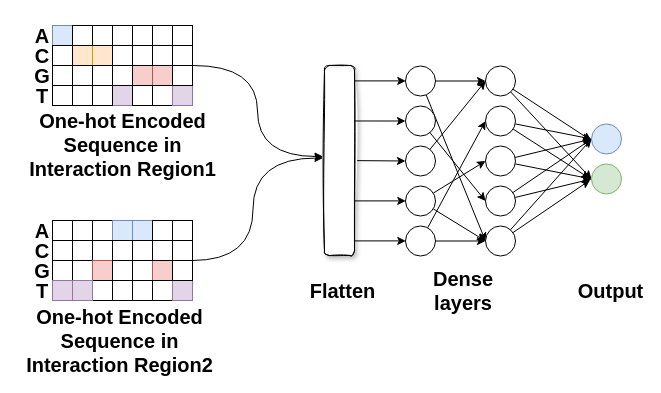
NaiveTom/draw.io keeps this draw.io diagram as onehot_dense.drawio. Above is the earlier version. Source tidied: cells renumbered, new cells numbered last; positions are measured from the earlier drawing's top-left corner, leaving out a move shared by most shapes. Both pictures are drawn from the tidied source at 100%, with x=0, y=0 at pixel (17, 25).
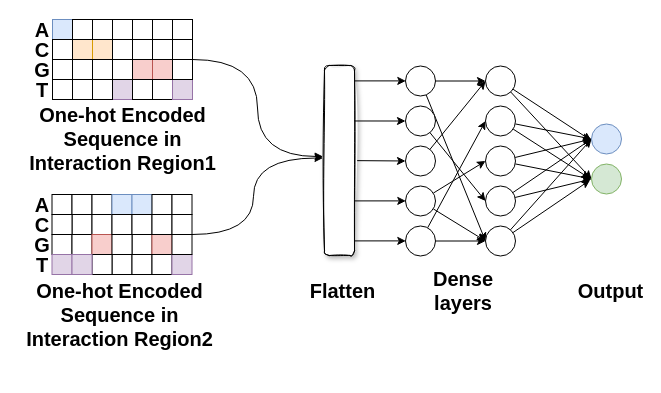
Above is the later version.

What changed in the source:
```diff
@@
     <mxCell id="2" value="G" style="text;html=1;strokeColor=none;fillColor=none;align=center;verticalAlign=middle;whiteSpace=wrap;rounded=0;fontStyle=1;fontSize=20;" parent="1" vertex="1">
-      <mxGeometry x="5" y="40" width="40" height="20" as="geometry" />
+      <mxGeometry x="5" y="34" width="40" height="20" as="geometry" />
     </mxCell>
     <mxCell id="3" value="T" style="text;html=1;strokeColor=none;fillColor=none;align=center;verticalAlign=middle;whiteSpace=wrap;rounded=0;fontStyle=1;fontSize=20;" parent="1" vertex="1">
-      <mxGeometry x="5" y="60" width="40" height="20" as="geometry" />
+      <mxGeometry x="5" y="54" width="40" height="20" as="geometry" />
     </mxCell>
     <mxCell id="4" value="&lt;div style=&quot;font-size: 20px;&quot;&gt;A&lt;/div&gt;" style="text;html=1;strokeColor=none;fillColor=none;align=center;verticalAlign=middle;whiteSpace=wrap;rounded=0;fontStyle=1;fontSize=20;" parent="1" vertex="1">
-      <mxGeometry x="5" width="40" height="20" as="geometry" />
+      <mxGeometry x="5" y="-6" width="40" height="20" as="geometry" />
     </mxCell>
     <mxCell id="5" value="C" style="text;html=1;strokeColor=none;fillColor=none;align=center;verticalAlign=middle;whiteSpace=wrap;rounded=0;fontStyle=1;fontSize=20;" parent="1" vertex="1">
-      <mxGeometry x="5" y="20" width="40" height="20" as="geometry" />
+      <mxGeometry x="5" y="14" width="40" height="20" as="geometry" />
     </mxCell>
     <mxCell id="6" style="whiteSpace=wrap;html=1;fillColor=#dae8fc;strokeColor=#6c8ebf;fontStyle=1;fontSize=20;" parent="1" vertex="1">
-      <mxGeometry x="35" width="20" height="20" as="geometry" />
+      <mxGeometry x="35" y="-6" width="20" height="20" as="geometry" />
     </mxCell>
     <mxCell id="7" style="whiteSpace=wrap;html=1;fontStyle=1;fontSize=20;" parent="1" vertex="1">
-      <mxGeometry x="55" y="20" width="20" height="20" as="geometry" />
+      <mxGeometry x="55" y="14" width="20" height="20" as="geometry" />
     </mxCell>
     <mxCell id="8" style="whiteSpace=wrap;html=1;fillColor=#ffe6cc;strokeColor=#d79b00;fontStyle=1;fontSize=20;" parent="1" vertex="1">
-      <mxGeometry x="55" y="20" width="20" height="20" as="geometry" />
+      <mxGeometry x="55" y="14" width="20" height="20" as="geometry" />
     </mxCell>
     <mxCell id="9" style="whiteSpace=wrap;html=1;fillColor=#ffe6cc;strokeColor=#d79b00;fontStyle=1;fontSize=20;" parent="1" vertex="1">
-      <mxGeometry x="75" y="20" width="20" height="20" as="geometry" />
+      <mxGeometry x="75" y="14" width="20" height="20" as="geometry" />
     </mxCell>
     <mxCell id="10" style="whiteSpace=wrap;html=1;fillColor=#e1d5e7;strokeColor=#9673a6;fontStyle=1;fontSize=20;" parent="1" vertex="1">
-      <mxGeometry x="95" y="60" width="20" height="20" as="geometry" />
+      <mxGeometry x="95" y="54" width="20" height="20" as="geometry" />
     </mxCell>
     <mxCell id="11" style="whiteSpace=wrap;html=1;fillColor=#f8cecc;strokeColor=#b85450;fontStyle=1;fontSize=20;" parent="1" vertex="1">
-      <mxGeometry x="115" y="40" width="20" height="20" as="geometry" />
+      <mxGeometry x="115" y="34" width="20" height="20" as="geometry" />
     </mxCell>
     <mxCell id="12" style="whiteSpace=wrap;html=1;fillColor=#f8cecc;strokeColor=#b85450;fontStyle=1;fontSize=20;" parent="1" vertex="1">
-      <mxGeometry x="135" y="40" width="20" height="20" as="geometry" />
+      <mxGeometry x="135" y="34" width="20" height="20" as="geometry" />
     </mxCell>
     <mxCell id="13" style="rounded=0;whiteSpace=wrap;html=1;fontStyle=1;fontSize=20;" parent="1" vertex="1">
-      <mxGeometry x="35" y="20" width="20" height="20" as="geometry" />
+      <mxGeometry x="35" y="14" width="20" height="20" as="geometry" />
     </mxCell>
     <mxCell id="14" style="rounded=0;whiteSpace=wrap;html=1;fontStyle=1;fontSize=20;" parent="1" vertex="1">
-      <mxGeometry x="35" y="40" width="20" height="20" as="geometry" />
+      <mxGeometry x="35" y="34" width="20" height="20" as="geometry" />
     </mxCell>
     <mxCell id="15" style="rounded=0;whiteSpace=wrap;html=1;fontStyle=1;fontSize=20;" parent="1" vertex="1">
-      <mxGeometry x="55" y="40" width="20" height="20" as="geometry" />
+      <mxGeometry x="55" y="34" width="20" height="20" as="geometry" />
     </mxCell>
     <mxCell id="16" style="rounded=0;whiteSpace=wrap;html=1;fontStyle=1;fontSize=20;" parent="1" vertex="1">
-      <mxGeometry x="75" y="40" width="20" height="20" as="geometry" />
+      <mxGeometry x="75" y="34" width="20" height="20" as="geometry" />
     </mxCell>
     <mxCell id="17" style="rounded=0;whiteSpace=wrap;html=1;fontStyle=1;fontSize=20;" parent="1" vertex="1">
-      <mxGeometry x="95" y="40" width="20" height="20" as="geometry" />
+      <mxGeometry x="95" y="34" width="20" height="20" as="geometry" />
     </mxCell>
     <mxCell id="18" style="rounded=0;whiteSpace=wrap;html=1;fontStyle=1;fontSize=20;" parent="1" vertex="1">
-      <mxGeometry x="75" y="60" width="20" height="20" as="geometry" />
+      <mxGeometry x="75" y="54" width="20" height="20" as="geometry" />
     </mxCell>
     <mxCell id="19" style="rounded=0;whiteSpace=wrap;html=1;fontStyle=1;fontSize=20;" parent="1" vertex="1">
-      <mxGeometry x="35" y="60" width="20" height="20" as="geometry" />
+      <mxGeometry x="35" y="54" width="20" height="20" as="geometry" />
     </mxCell>
     <mxCell id="20" style="rounded=0;whiteSpace=wrap;html=1;fontStyle=1;fontSize=20;" parent="1" vertex="1">
-      <mxGeometry x="55" y="60" width="20" height="20" as="geometry" />
+      <mxGeometry x="55" y="54" width="20" height="20" as="geometry" />
     </mxCell>
     <mxCell id="21" style="rounded=0;whiteSpace=wrap;html=1;fontStyle=1;fontSize=20;" parent="1" vertex="1">
-      <mxGeometry x="115" y="60" width="20" height="20" as="geometry" />
+      <mxGeometry x="115" y="54" width="20" height="20" as="geometry" />
     </mxCell>
     <mxCell id="22" style="rounded=0;whiteSpace=wrap;html=1;fontStyle=1;fontSize=20;" parent="1" vertex="1">
-      <mxGeometry x="135" y="60" width="20" height="20" as="geometry" />
+      <mxGeometry x="135" y="54" width="20" height="20" as="geometry" />
     </mxCell>
     <mxCell id="23" style="rounded=0;whiteSpace=wrap;html=1;fontStyle=1;fontSize=20;" parent="1" vertex="1">
-      <mxGeometry x="55" width="20" height="20" as="geometry" />
+      <mxGeometry x="55" y="-6" width="20" height="20" as="geometry" />
     </mxCell>
     <mxCell id="24" style="rounded=0;whiteSpace=wrap;html=1;fontStyle=1;fontSize=20;" parent="1" vertex="1">
-      <mxGeometry x="75" width="20" height="20" as="geometry" />
+      <mxGeometry x="75" y="-6" width="20" height="20" as="geometry" />
     </mxCell>
     <mxCell id="25" style="rounded=0;whiteSpace=wrap;html=1;fontStyle=1;fontSize=20;" parent="1" vertex="1">
-      <mxGeometry x="95" width="20" height="20" as="geometry" />
+      <mxGeometry x="95" y="-6" width="20" height="20" as="geometry" />
     </mxCell>
     <mxCell id="26" style="rounded=0;whiteSpace=wrap;html=1;fontStyle=1;fontSize=20;" parent="1" vertex="1">
-      <mxGeometry x="115" width="20" height="20" as="geometry" />
+      <mxGeometry x="115" y="-6" width="20" height="20" as="geometry" />
     </mxCell>
     <mxCell id="27" style="rounded=0;whiteSpace=wrap;html=1;fontStyle=1;fontSize=20;" parent="1" vertex="1">
-      <mxGeometry x="95" y="20" width="20" height="20" as="geometry" />
+      <mxGeometry x="95" y="14" width="20" height="20" as="geometry" />
     </mxCell>
     <mxCell id="28" style="rounded=0;whiteSpace=wrap;html=1;fontStyle=1;fontSize=20;" parent="1" vertex="1">
-      <mxGeometry x="115" y="20" width="20" height="20" as="geometry" />
+      <mxGeometry x="115" y="14" width="20" height="20" as="geometry" />
     </mxCell>
     <mxCell id="29" style="rounded=0;whiteSpace=wrap;html=1;fontStyle=1;fontSize=20;" parent="1" vertex="1">
-      <mxGeometry x="135" y="20" width="20" height="20" as="geometry" />
+      <mxGeometry x="135" y="14" width="20" height="20" as="geometry" />
     </mxCell>
     <mxCell id="30" style="rounded=0;whiteSpace=wrap;html=1;fontStyle=1;fontSize=20;" parent="1" vertex="1">
-      <mxGeometry x="135" width="20" height="20" as="geometry" />
+      <mxGeometry x="135" y="-6" width="20" height="20" as="geometry" />
     </mxCell>
     <mxCell id="31" style="whiteSpace=wrap;html=1;fillColor=#e1d5e7;strokeColor=#9673a6;fontStyle=1;fontSize=20;" parent="1" vertex="1">
-      <mxGeometry x="155" y="60" width="20" height="20" as="geometry" />
+      <mxGeometry x="155" y="54" width="20" height="20" as="geometry" />
     </mxCell>
     <mxCell id="32" style="rounded=0;whiteSpace=wrap;html=1;fontStyle=1;fontSize=20;" parent="1" vertex="1">
-      <mxGeometry x="155" y="40" width="20" height="20" as="geometry" />
+      <mxGeometry x="155" y="34" width="20" height="20" as="geometry" />
     </mxCell>
     <mxCell id="33" style="rounded=0;whiteSpace=wrap;html=1;fontStyle=1;fontSize=20;" parent="1" vertex="1">
-      <mxGeometry x="155" width="20" height="20" as="geometry" />
+      <mxGeometry x="155" y="-6" width="20" height="20" as="geometry" />
     </mxCell>
     <mxCell id="34" style="rounded=0;whiteSpace=wrap;html=1;fontStyle=1;fontSize=20;" parent="1" vertex="1">
-      <mxGeometry x="155" y="20" width="20" height="20" as="geometry" />
+      <mxGeometry x="155" y="14" width="20" height="20" as="geometry" />
     </mxCell>
     <mxCell id="35" value="G" style="text;html=1;strokeColor=none;fillColor=none;align=center;verticalAlign=middle;whiteSpace=wrap;rounded=0;fontStyle=1;fontSize=20;" parent="1" vertex="1">
-      <mxGeometry x="5" y="235" width="40" height="20" as="geometry" />
+      <mxGeometry x="4.5" y="209" width="40" height="20" as="geometry" />
     </mxCell>
     <mxCell id="36" value="T" style="text;html=1;strokeColor=none;fillColor=none;align=center;verticalAlign=middle;whiteSpace=wrap;rounded=0;fontStyle=1;fontSize=20;" parent="1" vertex="1">
-      <mxGeometry x="5" y="255" width="40" height="20" as="geometry" />
+      <mxGeometry x="4.5" y="229" width="40" height="20" as="geometry" />
     </mxCell>
     <mxCell id="37" value="&lt;div style=&quot;font-size: 20px;&quot;&gt;A&lt;/div&gt;" style="text;html=1;strokeColor=none;fillColor=none;align=center;verticalAlign=middle;whiteSpace=wrap;rounded=0;fontStyle=1;fontSize=20;" parent="1" vertex="1">
-      <mxGeometry x="5" y="195" width="40" height="20" as="geometry" />
+      <mxGeometry x="4.5" y="169" width="40" height="20" as="geometry" />
     </mxCell>
     <mxCell id="38" value="C" style="text;html=1;strokeColor=none;fillColor=none;align=center;verticalAlign=middle;whiteSpace=wrap;rounded=0;fontStyle=1;fontSize=20;" parent="1" vertex="1">
-      <mxGeometry x="5" y="215" width="40" height="20" as="geometry" />
+      <mxGeometry x="4.5" y="189" width="40" height="20" as="geometry" />
     </mxCell>
     <mxCell id="39" style="whiteSpace=wrap;html=1;fontStyle=1;fontSize=20;" parent="1" vertex="1">
-      <mxGeometry x="35" y="195" width="20" height="20" as="geometry" />
+      <mxGeometry x="34.5" y="169" width="20" height="20" as="geometry" />
     </mxCell>
     <mxCell id="40" style="whiteSpace=wrap;html=1;fontStyle=1;fontSize=20;" parent="1" vertex="1">
-      <mxGeometry x="55" y="215" width="20" height="20" as="geometry" />
+      <mxGeometry x="54.5" y="189" width="20" height="20" as="geometry" />
     </mxCell>
     <mxCell id="41" style="whiteSpace=wrap;html=1;fontStyle=1;fontSize=20;" parent="1" vertex="1">
-      <mxGeometry x="55" y="215" width="20" height="20" as="geometry" />
+      <mxGeometry x="54.5" y="189" width="20" height="20" as="geometry" />
     </mxCell>
     <mxCell id="42" style="whiteSpace=wrap;html=1;fontStyle=1;fontSize=20;" parent="1" vertex="1">
-      <mxGeometry x="75" y="215" width="20" height="20" as="geometry" />
+      <mxGeometry x="74.5" y="189" width="20" height="20" as="geometry" />
     </mxCell>
     <mxCell id="43" style="whiteSpace=wrap;html=1;fontStyle=1;fontSize=20;" parent="1" vertex="1">
-      <mxGeometry x="95" y="255" width="20" height="20" as="geometry" />
+      <mxGeometry x="94.5" y="229" width="20" height="20" as="geometry" />
     </mxCell>
     <mxCell id="44" style="whiteSpace=wrap;html=1;fontStyle=1;fontSize=20;" parent="1" vertex="1">
-      <mxGeometry x="115" y="235" width="20" height="20" as="geometry" />
+      <mxGeometry x="114.5" y="209" width="20" height="20" as="geometry" />
     </mxCell>
     <mxCell id="45" style="whiteSpace=wrap;html=1;fillColor=#f8cecc;strokeColor=#b85450;fontStyle=1;fontSize=20;" parent="1" vertex="1">
-      <mxGeometry x="135" y="235" width="20" height="20" as="geometry" />
+      <mxGeometry x="134.5" y="209" width="20" height="20" as="geometry" />
     </mxCell>
     <mxCell id="46" style="rounded=0;whiteSpace=wrap;html=1;fontStyle=1;fontSize=20;" parent="1" vertex="1">
-      <mxGeometry x="35" y="215" width="20" height="20" as="geometry" />
+      <mxGeometry x="34.5" y="189" width="20" height="20" as="geometry" />
     </mxCell>
     <mxCell id="47" style="rounded=0;whiteSpace=wrap;html=1;fontStyle=1;fontSize=20;" parent="1" vertex="1">
-      <mxGeometry x="35" y="235" width="20" height="20" as="geometry" />
+      <mxGeometry x="34.5" y="209" width="20" height="20" as="geometry" />
     </mxCell>
     <mxCell id="48" style="rounded=0;whiteSpace=wrap;html=1;fontStyle=1;fontSize=20;" parent="1" vertex="1">
-      <mxGeometry x="55" y="235" width="20" height="20" as="geometry" />
+      <mxGeometry x="54.5" y="209" width="20" height="20" as="geometry" />
     </mxCell>
     <mxCell id="49" style="rounded=0;whiteSpace=wrap;html=1;fillColor=#f8cecc;strokeColor=#b85450;fontStyle=1;fontSize=20;" parent="1" vertex="1">
-      <mxGeometry x="75" y="235" width="20" height="20" as="geometry" />
+      <mxGeometry x="74.5" y="209" width="20" height="20" as="geometry" />
     </mxCell>
     <mxCell id="50" style="rounded=0;whiteSpace=wrap;html=1;fontStyle=1;fontSize=20;" parent="1" vertex="1">
-      <mxGeometry x="95" y="235" width="20" height="20" as="geometry" />
+      <mxGeometry x="94.5" y="209" width="20" height="20" as="geometry" />
     </mxCell>
     <mxCell id="51" style="rounded=0;whiteSpace=wrap;html=1;fontStyle=1;fontSize=20;" parent="1" vertex="1">
-      <mxGeometry x="75" y="255" width="20" height="20" as="geometry" />
+      <mxGeometry x="74.5" y="229" width="20" height="20" as="geometry" />
     </mxCell>
     <mxCell id="52" style="rounded=0;whiteSpace=wrap;html=1;fillColor=#e1d5e7;strokeColor=#9673a6;fontStyle=1;fontSize=20;" parent="1" vertex="1">
-      <mxGeometry x="35" y="255" width="20" height="20" as="geometry" />
+      <mxGeometry x="34.5" y="229" width="20" height="20" as="geometry" />
     </mxCell>
     <mxCell id="53" style="rounded=0;whiteSpace=wrap;html=1;fillColor=#e1d5e7;strokeColor=#9673a6;fontStyle=1;fontSize=20;" parent="1" vertex="1">
-      <mxGeometry x="55" y="255" width="20" height="20" as="geometry" />
+      <mxGeometry x="54.5" y="229" width="20" height="20" as="geometry" />
     </mxCell>
     <mxCell id="54" style="rounded=0;whiteSpace=wrap;html=1;fontStyle=1;fontSize=20;" parent="1" vertex="1">
-      <mxGeometry x="115" y="255" width="20" height="20" as="geometry" />
+      <mxGeometry x="114.5" y="229" width="20" height="20" as="geometry" />
     </mxCell>
     <mxCell id="55" style="rounded=0;whiteSpace=wrap;html=1;fontStyle=1;fontSize=20;" parent="1" vertex="1">
-      <mxGeometry x="135" y="255" width="20" height="20" as="geometry" />
+      <mxGeometry x="134.5" y="229" width="20" height="20" as="geometry" />
     </mxCell>
     <mxCell id="56" style="rounded=0;whiteSpace=wrap;html=1;fontStyle=1;fontSize=20;" parent="1" vertex="1">
-      <mxGeometry x="55" y="195" width="20" height="20" as="geometry" />
+      <mxGeometry x="54.5" y="169" width="20" height="20" as="geometry" />
     </mxCell>
     <mxCell id="57" style="rounded=0;whiteSpace=wrap;html=1;fontStyle=1;fontSize=20;" parent="1" vertex="1">
-      <mxGeometry x="75" y="195" width="20" height="20" as="geometry" />
+      <mxGeometry x="74.5" y="169" width="20" height="20" as="geometry" />
     </mxCell>
     <mxCell id="58" style="rounded=0;whiteSpace=wrap;html=1;fillColor=#dae8fc;strokeColor=#6c8ebf;fontStyle=1;fontSize=20;" parent="1" vertex="1">
-      <mxGeometry x="95" y="195" width="20" height="20" as="geometry" />
+      <mxGeometry x="94.5" y="169" width="20" height="20" as="geometry" />
     </mxCell>
     <mxCell id="59" style="rounded=0;whiteSpace=wrap;html=1;fillColor=#dae8fc;strokeColor=#6c8ebf;fontStyle=1;fontSize=20;" parent="1" vertex="1">
-      <mxGeometry x="115" y="195" width="20" height="20" as="geometry" />
+      <mxGeometry x="114.5" y="169" width="20" height="20" as="geometry" />
     </mxCell>
     <mxCell id="60" style="rounded=0;whiteSpace=wrap;html=1;fontStyle=1;fontSize=20;" parent="1" vertex="1">
-      <mxGeometry x="95" y="215" width="20" height="20" as="geometry" />
+      <mxGeometry x="94.5" y="189" width="20" height="20" as="geometry" />
     </mxCell>
     <mxCell id="61" style="rounded=0;whiteSpace=wrap;html=1;fontStyle=1;fontSize=20;" parent="1" vertex="1">
-      <mxGeometry x="115" y="215" width="20" height="20" as="geometry" />
+      <mxGeometry x="114.5" y="189" width="20" height="20" as="geometry" />
     </mxCell>
     <mxCell id="62" style="rounded=0;whiteSpace=wrap;html=1;fontStyle=1;fontSize=20;" parent="1" vertex="1">
-      <mxGeometry x="135" y="215" width="20" height="20" as="geometry" />
+      <mxGeometry x="134.5" y="189" width="20" height="20" as="geometry" />
     </mxCell>
     <mxCell id="63" style="rounded=0;whiteSpace=wrap;html=1;fontStyle=1;fontSize=20;" parent="1" vertex="1">
-      <mxGeometry x="135" y="195" width="20" height="20" as="geometry" />
+      <mxGeometry x="134.5" y="169" width="20" height="20" as="geometry" />
     </mxCell>
     <mxCell id="64" style="whiteSpace=wrap;html=1;fillColor=#e1d5e7;strokeColor=#9673a6;fontStyle=1;fontSize=20;" parent="1" vertex="1">
-      <mxGeometry x="155" y="255" width="20" height="20" as="geometry" />
+      <mxGeometry x="154.5" y="229" width="20" height="20" as="geometry" />
     </mxCell>
     <mxCell id="65" style="rounded=0;whiteSpace=wrap;html=1;fontStyle=1;fontSize=20;" parent="1" vertex="1">
-      <mxGeometry x="155" y="235" width="20" height="20" as="geometry" />
+      <mxGeometry x="154.5" y="209" width="20" height="20" as="geometry" />
     </mxCell>
     <mxCell id="66" style="rounded=0;whiteSpace=wrap;html=1;fontStyle=1;fontSize=20;" parent="1" vertex="1">
-      <mxGeometry x="155" y="195" width="20" height="20" as="geometry" />
+      <mxGeometry x="154.5" y="169" width="20" height="20" as="geometry" />
     </mxCell>
     <mxCell id="67" style="rounded=0;whiteSpace=wrap;html=1;fontStyle=1;fontSize=20;" parent="1" vertex="1">
-      <mxGeometry x="155" y="215" width="20" height="20" as="geometry" />
+      <mxGeometry x="154.5" y="189" width="20" height="20" as="geometry" />
     </mxCell>
-    <mxCell id="68" style="edgeStyle=orthogonalEdgeStyle;curved=1;rounded=0;orthogonalLoop=1;jettySize=auto;html=1;entryX=0;entryY=0.5;entryDx=0;entryDy=0;fontStyle=1;fontSize=20;" parent="1" edge="1">
+    <mxCell id="68" style="edgeStyle=orthogonalEdgeStyle;curved=1;rounded=0;jettySize=auto;html=1;entryX=0;entryY=0.5;entryDx=0;entryDy=0;fontStyle=1;fontSize=20;exitX=1;exitY=1;exitDx=0;exitDy=0;" parent="1" edge="1" source="34">
       <mxGeometry relative="1" as="geometry">
-        <mxPoint x="175.5" y="40" as="sourcePoint" />
         <mxPoint x="305.5" y="131" as="targetPoint" />
         <Array as="points">
-          <mxPoint x="240" y="40" />
+          <mxPoint x="240" y="34" />
           <mxPoint x="240" y="131" />
         </Array>
       </mxGeometry>
     </mxCell>
-    <mxCell id="69" style="edgeStyle=orthogonalEdgeStyle;curved=1;rounded=0;orthogonalLoop=1;jettySize=auto;html=1;fontStyle=1;fontSize=20;" parent="1" edge="1">
+    <mxCell id="69" style="edgeStyle=orthogonalEdgeStyle;curved=1;rounded=0;jettySize=auto;html=1;fontStyle=1;fontSize=20;exitX=1;exitY=0;exitDx=0;exitDy=0;" parent="1" edge="1" source="65">
       <mxGeometry relative="1" as="geometry">
-        <mxPoint x="174.5" y="235" as="sourcePoint" />
         <mxPoint x="305.5" y="132.5" as="targetPoint" />
         <Array as="points">
-          <mxPoint x="235.5" y="235.5" />
-          <mxPoint x="235.5" y="132.5" />
+          <mxPoint x="236" y="209" />
+          <mxPoint x="236" y="133" />
         </Array>
       </mxGeometry>
     </mxCell>
     <mxCell id="70" value="One-hot Encoded Sequence in Interaction Region1" style="text;html=1;strokeColor=none;fillColor=none;align=center;verticalAlign=middle;whiteSpace=wrap;rounded=0;fontStyle=1;fontSize=20;" parent="1" vertex="1">
-      <mxGeometry x="2.5" y="108.5" width="205" height="20" as="geometry" />
+      <mxGeometry x="2.5" y="102.5" width="205" height="20" as="geometry" />
     </mxCell>
     <mxCell id="71" value="&lt;div style=&quot;font-size: 20px;&quot;&gt;One-hot Encoded Sequence in Interaction Region2&lt;/div&gt;" style="text;html=1;strokeColor=none;fillColor=none;align=center;verticalAlign=middle;whiteSpace=wrap;rounded=0;fontStyle=1;fontSize=20;" parent="1" vertex="1">
-      <mxGeometry y="305" width="205" height="20" as="geometry" />
+      <mxGeometry x="-0.5" y="279" width="205" height="20" as="geometry" />
     </mxCell>
```
